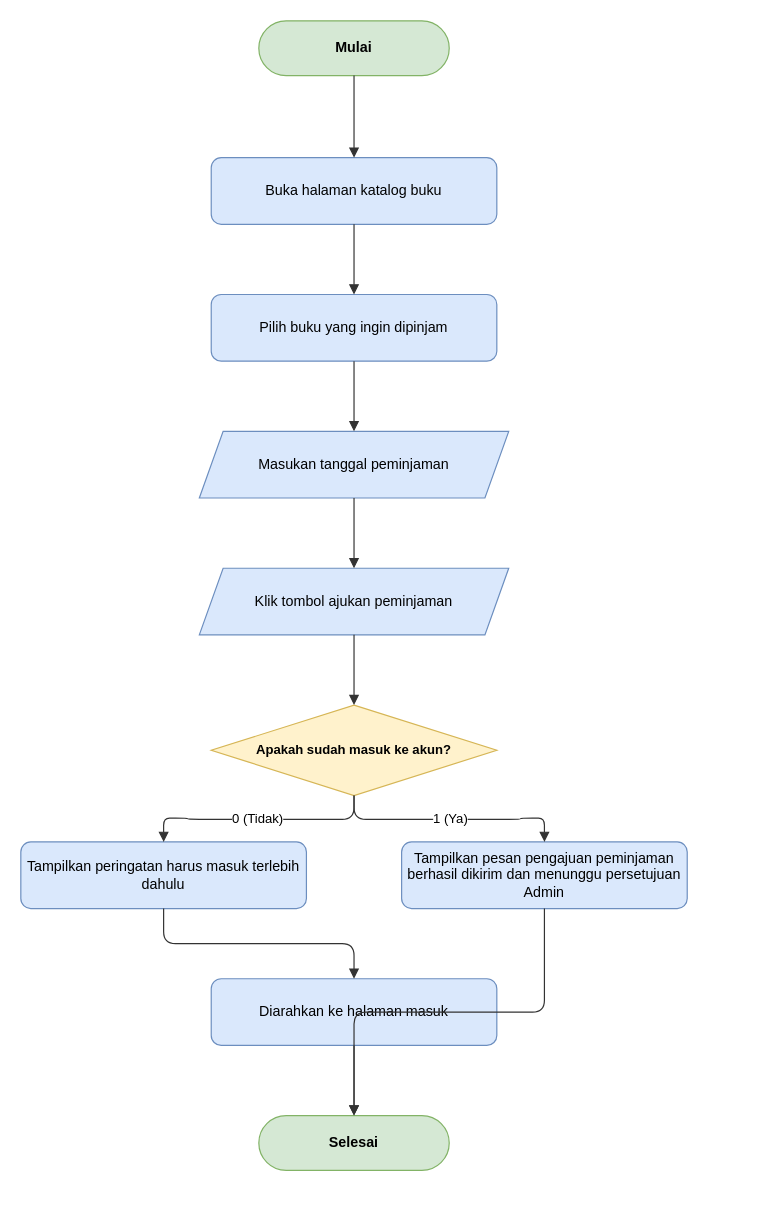
Above: docs/diagrams/flowchart/flowchart-peminjaman.drawio in dimstyle/ruang-baca (draw.io), before the change. Source tidied: cells renumbered, new cells numbered last; positions are measured from the earlier drawing's top-left corner, leaving out a move shared by most shapes. Both pictures are drawn from the tidied source at 119%, with x=0, y=0 at pixel (20, 20).
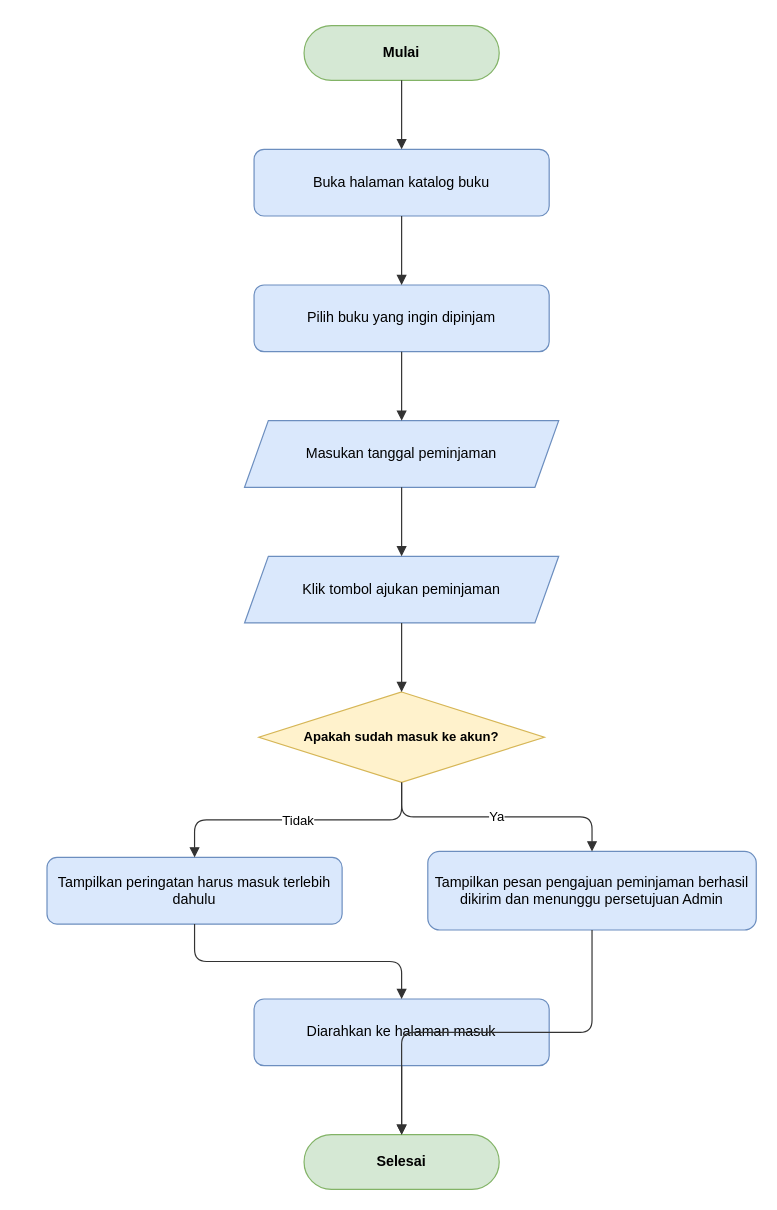
Above is the later version.

Change to the diagram source:
```diff
@@
     <mxCell id="2" value="Mulai" style="rounded=1;whiteSpace=wrap;html=1;arcSize=50;fillColor=#d5e8d4;strokeColor=#82b366;fontStyle=1;fontSize=12;" parent="1" vertex="1">
-      <mxGeometry x="200" width="160" height="46" as="geometry" />
+      <mxGeometry x="238" y="4" width="164" height="46" as="geometry" />
     </mxCell>
     <mxCell id="3" value="Buka halaman katalog buku" style="rounded=1;whiteSpace=wrap;html=1;fillColor=#dae8fc;strokeColor=#6c8ebf;fontSize=12;" parent="1" vertex="1">
-      <mxGeometry x="160" y="115" width="240" height="56" as="geometry" />
+      <mxGeometry x="196" y="108" width="248" height="56" as="geometry" />
     </mxCell>
     <mxCell id="4" value="Pilih buku yang ingin dipinjam" style="rounded=1;whiteSpace=wrap;html=1;fillColor=#dae8fc;strokeColor=#6c8ebf;fontSize=12;" parent="1" vertex="1">
-      <mxGeometry x="160" y="230" width="240" height="56" as="geometry" />
+      <mxGeometry x="196" y="222" width="248" height="56" as="geometry" />
     </mxCell>
     <mxCell id="5" value="Masukan tanggal peminjaman" style="shape=parallelogram;perimeter=parallelogramPerimeter;whiteSpace=wrap;html=1;fixedSize=1;fillColor=#dae8fc;strokeColor=#6c8ebf;fontSize=12;" parent="1" vertex="1">
-      <mxGeometry x="150" y="345" width="260" height="56" as="geometry" />
+      <mxGeometry x="188" y="336" width="264" height="56" as="geometry" />
     </mxCell>
     <mxCell id="6" value="Klik tombol ajukan peminjaman" style="shape=parallelogram;perimeter=parallelogramPerimeter;whiteSpace=wrap;html=1;fixedSize=1;fillColor=#dae8fc;strokeColor=#6c8ebf;fontSize=12;" parent="1" vertex="1">
-      <mxGeometry x="150" y="460" width="260" height="56" as="geometry" />
+      <mxGeometry x="188" y="450" width="264" height="56" as="geometry" />
     </mxCell>
     <mxCell id="7" value="Apakah sudah masuk ke akun?" style="rhombus;whiteSpace=wrap;html=1;fillColor=#fff2cc;strokeColor=#d6b656;fontStyle=1;fontSize=11;" parent="1" vertex="1">
-      <mxGeometry x="160" y="575" width="240" height="76" as="geometry" />
+      <mxGeometry x="200" y="564" width="240" height="76" as="geometry" />
     </mxCell>
     <mxCell id="8" value="Tampilkan peringatan harus masuk terlebih dahulu" style="rounded=1;whiteSpace=wrap;html=1;fillColor=#dae8fc;strokeColor=#6c8ebf;fontSize=12;" parent="1" vertex="1">
-      <mxGeometry y="690" width="240" height="56" as="geometry" />
+      <mxGeometry x="22" y="703" width="248" height="56" as="geometry" />
     </mxCell>
     <mxCell id="9" value="Tampilkan pesan pengajuan peminjaman berhasil dikirim dan menunggu persetujuan Admin" style="rounded=1;whiteSpace=wrap;html=1;fillColor=#dae8fc;strokeColor=#6c8ebf;fontSize=12;" parent="1" vertex="1">
-      <mxGeometry x="320" y="690" width="240" height="56" as="geometry" />
+      <mxGeometry x="342" y="698" width="276" height="66" as="geometry" />
     </mxCell>
     <mxCell id="10" value="Diarahkan ke halaman masuk" style="rounded=1;whiteSpace=wrap;html=1;fillColor=#dae8fc;strokeColor=#6c8ebf;fontSize=12;" parent="1" vertex="1">
-      <mxGeometry x="160" y="805" width="240" height="56" as="geometry" />
+      <mxGeometry x="196" y="822" width="248" height="56" as="geometry" />
     </mxCell>
     <mxCell id="11" value="Selesai" style="rounded=1;whiteSpace=wrap;html=1;arcSize=50;fillColor=#d5e8d4;strokeColor=#82b366;fontStyle=1;fontSize=12;" parent="1" vertex="1">
-      <mxGeometry x="200" y="920" width="160" height="46" as="geometry" />
+      <mxGeometry x="238" y="936" width="164" height="46" as="geometry" />
     </mxCell>
@@
-    <mxCell id="17" value="0 (Tidak)" style="edgeStyle=orthogonalEdgeStyle;rounded=1;jettySize=auto;html=1;endArrow=block;endFill=1;strokeColor=#333333;fontSize=11;labelBackgroundColor=#ffffff;" parent="1" edge="1" source="7" target="8">
+    <mxCell id="17" value="Tidak" style="edgeStyle=orthogonalEdgeStyle;rounded=1;jettySize=auto;html=1;endArrow=block;endFill=1;strokeColor=#333333;fontSize=11;labelBackgroundColor=#ffffff;" parent="1" edge="1" source="7" target="8">
       <mxGeometry relative="1" as="geometry" />
     </mxCell>
@@
-    <mxCell id="20" value="1 (Ya)" style="edgeStyle=orthogonalEdgeStyle;rounded=1;jettySize=auto;html=1;endArrow=block;endFill=1;strokeColor=#333333;fontSize=11;labelBackgroundColor=#ffffff;" parent="1" edge="1" source="7" target="9">
+    <mxCell id="20" value="Ya" style="edgeStyle=orthogonalEdgeStyle;rounded=1;jettySize=auto;html=1;endArrow=block;endFill=1;strokeColor=#333333;fontSize=11;labelBackgroundColor=#ffffff;" parent="1" edge="1" source="7" target="9">
       <mxGeometry relative="1" as="geometry" />
     </mxCell>
```
